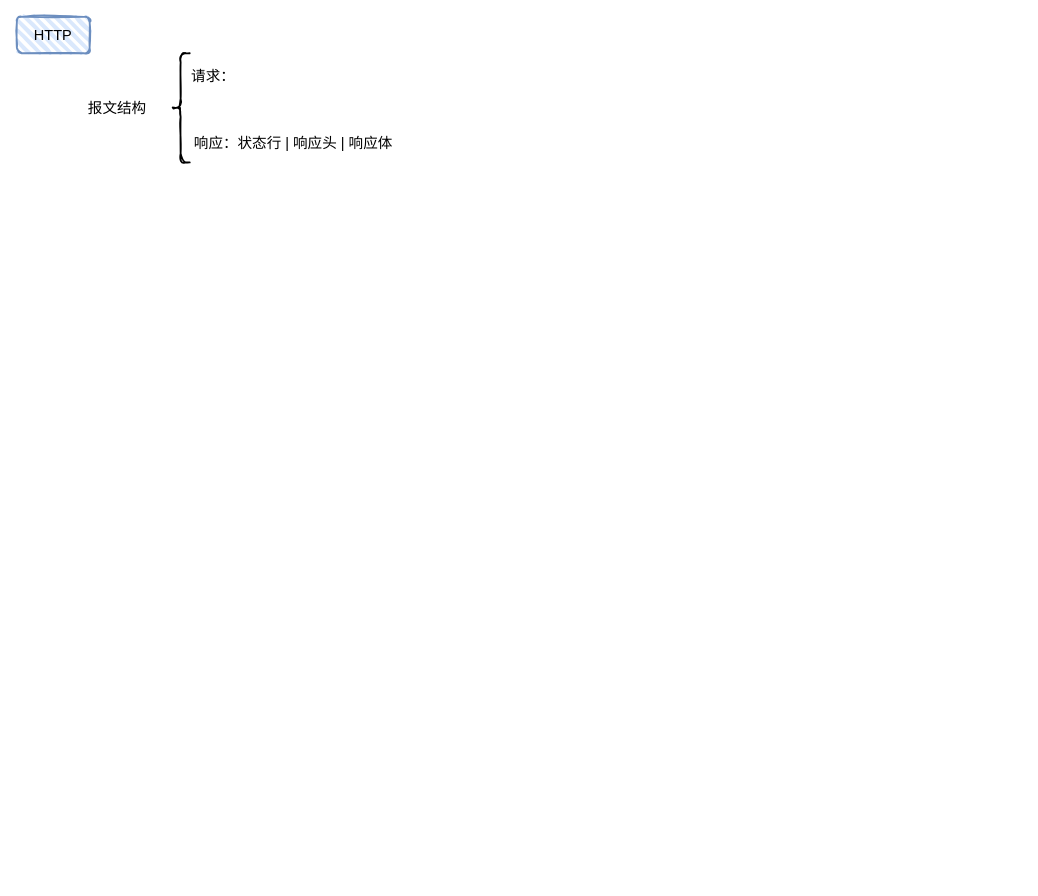
This is 面试/计算机网络.drawio from lunfee/diagrams.io, a draw.io file, before an edit. Source tidied: cells renumbered, new cells numbered last; positions are measured from the earlier drawing's top-left corner, leaving out a move shared by most shapes. Both pictures are drawn from the tidied source at 91%, with x=0, y=0 at pixel (16, 16).
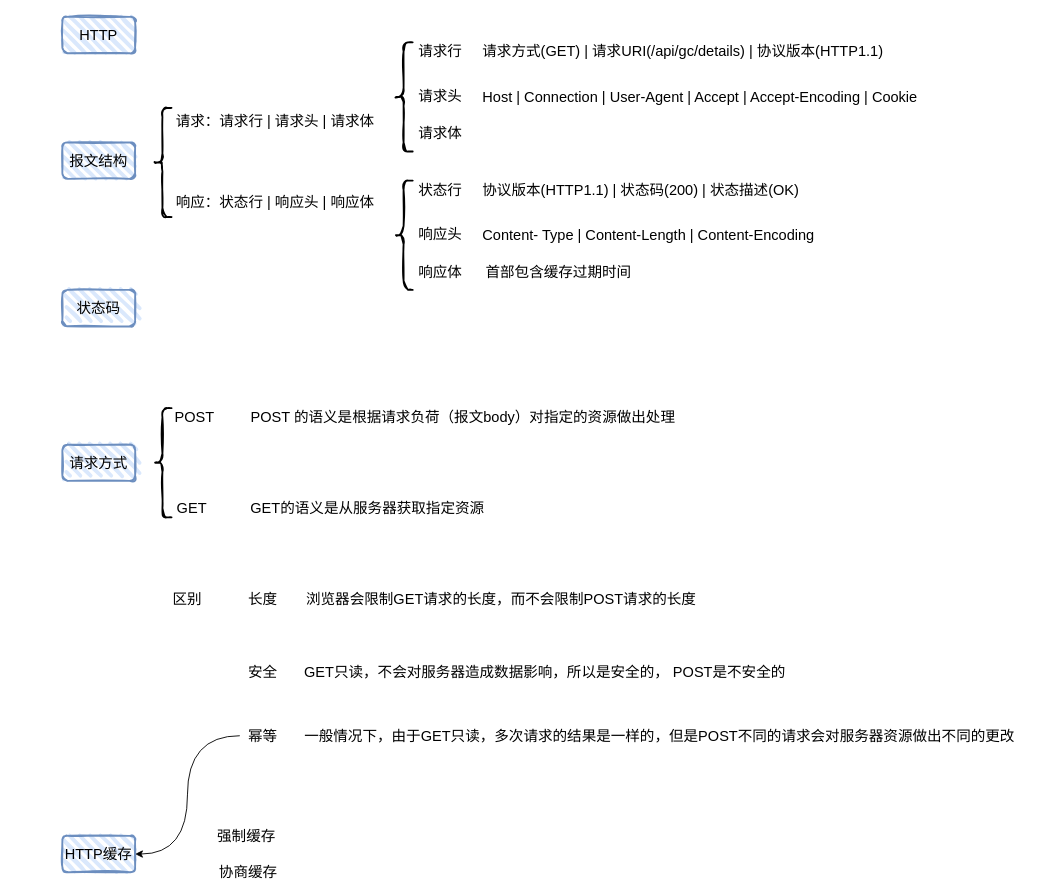
The same diagram, later.

Commit message (it also covers changes not shown here):
更新计算机网络.drawio

Diff of the diagram source:
```diff
@@
     <mxCell id="2" value="HTTP" style="rounded=1;whiteSpace=wrap;html=1;strokeWidth=2;fillWeight=4;hachureGap=8;hachureAngle=45;fillColor=#dae8fc;sketch=1;strokeColor=#6c8ebf;absoluteArcSize=0;shadow=0;glass=0;imageAspect=1;fillStyle=hachure;labelBorderColor=none;labelBackgroundColor=none;fontSize=16;" parent="1" vertex="1">
-      <mxGeometry width="80" height="40" as="geometry" />
+      <mxGeometry x="50" width="80" height="40" as="geometry" />
     </mxCell>
     <mxCell id="3" style="shape=curlyBracket;whiteSpace=wrap;html=1;rounded=1;shadow=0;glass=0;labelBackgroundColor=none;labelBorderColor=none;sketch=1;fillWeight=4;hachureGap=8;hachureAngle=45;fillStyle=hachure;fontFamily=Helvetica;fontSize=16;fontColor=default;strokeColor=#000000;strokeWidth=2;fillColor=#000000;gradientColor=none;" parent="1" vertex="1">
-      <mxGeometry x="170" y="40" width="20" height="120" as="geometry" />
+      <mxGeometry x="150" y="100" width="20" height="120" as="geometry" />
     </mxCell>
-    <mxCell id="4" value="报文结构&lt;br&gt;" style="text;html=1;align=center;verticalAlign=middle;strokeColor=none;fillColor=none;fontSize=16;fontFamily=Helvetica;fontColor=default;" parent="1" vertex="1">
-      <mxGeometry x="70" y="90" width="80" height="20" as="geometry" />
-    </mxCell>
-    <mxCell id="5" value="请求：" style="rounded=0;whiteSpace=wrap;html=1;shadow=0;glass=0;labelBackgroundColor=none;labelBorderColor=none;sketch=1;fillWeight=4;hachureGap=8;hachureAngle=45;fillStyle=solid;fontFamily=Helvetica;fontSize=16;fontColor=default;strokeColor=none;strokeWidth=2;fillColor=none;gradientColor=none;align=left;" parent="1" vertex="1">
-      <mxGeometry x="190" y="50" width="120" height="30" as="geometry" />
+    <mxCell id="5" value="请求：请求行 | 请求头 | 请求体" style="rounded=0;whiteSpace=wrap;html=1;shadow=0;glass=0;labelBackgroundColor=none;labelBorderColor=none;sketch=1;fillWeight=4;hachureGap=8;hachureAngle=45;fillStyle=solid;fontFamily=Helvetica;fontSize=16;fontColor=default;strokeColor=none;strokeWidth=2;fillColor=none;gradientColor=none;align=left;" parent="1" vertex="1">
+      <mxGeometry x="173" y="99" width="230" height="30" as="geometry" />
     </mxCell>
     <mxCell id="6" value="响应：状态行 | 响应头 | 响应体" style="rounded=0;whiteSpace=wrap;html=1;shadow=0;glass=0;labelBackgroundColor=none;labelBorderColor=none;sketch=1;fillWeight=4;hachureGap=8;hachureAngle=45;fillStyle=solid;fontFamily=Helvetica;fontSize=16;fontColor=default;strokeColor=none;strokeWidth=2;fillColor=none;gradientColor=none;align=left;" parent="1" vertex="1">
-      <mxGeometry x="193" y="124" width="377" height="30" as="geometry" />
+      <mxGeometry x="173" y="188" width="227" height="30" as="geometry" />
     </mxCell>
+    <mxCell id="7" style="shape=curlyBracket;whiteSpace=wrap;html=1;rounded=1;shadow=0;glass=0;labelBackgroundColor=none;labelBorderColor=none;sketch=1;fillWeight=4;hachureGap=8;hachureAngle=45;fillStyle=hachure;fontFamily=Helvetica;fontSize=16;fontColor=default;strokeColor=#000000;strokeWidth=2;fillColor=#000000;gradientColor=none;" parent="1" vertex="1">
+      <mxGeometry x="415" y="28" width="20" height="120" as="geometry" />
+    </mxCell>
+    <mxCell id="8" value="请求行" style="text;html=1;align=center;verticalAlign=middle;strokeColor=none;fillColor=none;fontSize=16;fontFamily=Helvetica;fontColor=none;" parent="1" vertex="1">
+      <mxGeometry x="435" y="28" width="60" height="20" as="geometry" />
+    </mxCell>
+    <mxCell id="9" value="请求头" style="text;html=1;align=center;verticalAlign=middle;strokeColor=none;fillColor=none;fontSize=16;fontFamily=Helvetica;fontColor=none;" parent="1" vertex="1">
+      <mxGeometry x="435" y="77" width="60" height="20" as="geometry" />
+    </mxCell>
+    <mxCell id="10" value="请求体" style="text;html=1;align=center;verticalAlign=middle;strokeColor=none;fillColor=none;fontSize=16;fontFamily=Helvetica;fontColor=none;" parent="1" vertex="1">
+      <mxGeometry x="435" y="118" width="60" height="20" as="geometry" />
+    </mxCell>
+    <mxCell id="11" value="请求方式(GET) | 请求URI(/api/gc/details) | 协议版本(HTTP1.1)" style="rounded=0;whiteSpace=wrap;html=1;shadow=0;glass=0;labelBackgroundColor=none;labelBorderColor=none;sketch=1;fillWeight=4;hachureGap=8;hachureAngle=45;fillStyle=solid;fontFamily=Helvetica;fontSize=16;fontColor=default;strokeColor=none;strokeWidth=2;fillColor=none;gradientColor=none;align=left;" parent="1" vertex="1">
+      <mxGeometry x="510" y="23" width="460" height="30" as="geometry" />
+    </mxCell>
+    <mxCell id="12" value="Host | Connection | User-Agent | Accept | Accept-Encoding | Cookie" style="rounded=0;whiteSpace=wrap;html=1;shadow=0;glass=0;labelBackgroundColor=none;labelBorderColor=none;sketch=1;fillWeight=4;hachureGap=8;hachureAngle=45;fillStyle=solid;fontFamily=Helvetica;fontSize=16;fontColor=default;strokeColor=none;strokeWidth=2;fillColor=none;gradientColor=none;align=left;" parent="1" vertex="1">
+      <mxGeometry x="510" y="73" width="500" height="30" as="geometry" />
+    </mxCell>
+    <mxCell id="13" style="shape=curlyBracket;whiteSpace=wrap;html=1;rounded=1;shadow=0;glass=0;labelBackgroundColor=none;labelBorderColor=none;sketch=1;fillWeight=4;hachureGap=8;hachureAngle=45;fillStyle=hachure;fontFamily=Helvetica;fontSize=16;fontColor=default;strokeColor=#000000;strokeWidth=2;fillColor=#000000;gradientColor=none;" parent="1" vertex="1">
+      <mxGeometry x="415" y="180" width="20" height="120" as="geometry" />
+    </mxCell>
+    <mxCell id="14" value="状态行" style="text;html=1;align=center;verticalAlign=middle;strokeColor=none;fillColor=none;fontSize=16;fontFamily=Helvetica;fontColor=none;" parent="1" vertex="1">
+      <mxGeometry x="435" y="180" width="60" height="20" as="geometry" />
+    </mxCell>
+    <mxCell id="15" value="响应头" style="text;html=1;align=center;verticalAlign=middle;strokeColor=none;fillColor=none;fontSize=16;fontFamily=Helvetica;fontColor=none;" parent="1" vertex="1">
+      <mxGeometry x="435" y="229" width="60" height="20" as="geometry" />
+    </mxCell>
+    <mxCell id="16" value="响应体" style="text;html=1;align=center;verticalAlign=middle;strokeColor=none;fillColor=none;fontSize=16;fontFamily=Helvetica;fontColor=none;" parent="1" vertex="1">
+      <mxGeometry x="435" y="270" width="60" height="20" as="geometry" />
+    </mxCell>
+    <mxCell id="17" value="协议版本(HTTP1.1)&amp;nbsp;| 状态码(200) | 状态描述(OK)" style="rounded=0;whiteSpace=wrap;html=1;shadow=0;glass=0;labelBackgroundColor=none;labelBorderColor=none;sketch=1;fillWeight=4;hachureGap=8;hachureAngle=45;fillStyle=solid;fontFamily=Helvetica;fontSize=16;fontColor=default;strokeColor=none;strokeWidth=2;fillColor=none;gradientColor=none;align=left;" parent="1" vertex="1">
+      <mxGeometry x="510" y="175" width="460" height="30" as="geometry" />
+    </mxCell>
+    <mxCell id="18" value="Content- Type | Content-Length | Content-Encoding" style="rounded=0;whiteSpace=wrap;html=1;shadow=0;glass=0;labelBackgroundColor=none;labelBorderColor=none;sketch=1;fillWeight=4;hachureGap=8;hachureAngle=45;fillStyle=solid;fontFamily=Helvetica;fontSize=16;fontColor=default;strokeColor=none;strokeWidth=2;fillColor=none;gradientColor=none;align=left;" parent="1" vertex="1">
+      <mxGeometry x="510" y="225" width="500" height="30" as="geometry" />
+    </mxCell>
+    <mxCell id="19" value="首部包含缓存过期时间" style="text;html=1;align=center;verticalAlign=middle;strokeColor=none;fillColor=none;fontSize=16;fontFamily=Helvetica;fontColor=#000000;" parent="1" vertex="1">
+      <mxGeometry x="505" y="270" width="180" height="20" as="geometry" />
+    </mxCell>
+    <mxCell id="4" value="&lt;span&gt;报文结构&lt;/span&gt;" style="rounded=1;whiteSpace=wrap;html=1;strokeWidth=2;fillWeight=4;hachureGap=8;hachureAngle=45;fillColor=#dae8fc;sketch=1;strokeColor=#6c8ebf;absoluteArcSize=0;shadow=0;glass=0;imageAspect=1;fillStyle=hachure;labelBorderColor=none;labelBackgroundColor=none;fontSize=16;" parent="1" vertex="1">
+      <mxGeometry x="50" y="138" width="80" height="40" as="geometry" />
+    </mxCell>
+    <mxCell id="20" value="&lt;span&gt;状态码&lt;/span&gt;" style="rounded=1;whiteSpace=wrap;html=1;strokeWidth=2;fillWeight=4;hachureGap=8;hachureAngle=45;fillColor=#dae8fc;sketch=1;strokeColor=#6c8ebf;absoluteArcSize=0;shadow=0;glass=0;imageAspect=1;fillStyle=hachure;labelBorderColor=none;labelBackgroundColor=none;fontSize=16;" parent="1" vertex="1">
+      <mxGeometry x="50" y="300" width="80" height="40" as="geometry" />
+    </mxCell>
+    <mxCell id="21" value="&lt;span&gt;请求方式&lt;/span&gt;" style="rounded=1;whiteSpace=wrap;html=1;strokeWidth=2;fillWeight=4;hachureGap=8;hachureAngle=45;fillColor=#dae8fc;sketch=1;strokeColor=#6c8ebf;absoluteArcSize=0;shadow=0;glass=0;imageAspect=1;fillStyle=hachure;labelBorderColor=none;labelBackgroundColor=none;fontSize=16;" parent="1" vertex="1">
+      <mxGeometry x="50" y="470" width="80" height="40" as="geometry" />
+    </mxCell>
+    <mxCell id="22" style="shape=curlyBracket;whiteSpace=wrap;html=1;rounded=1;shadow=0;glass=0;labelBackgroundColor=none;labelBorderColor=none;sketch=1;fillWeight=4;hachureGap=8;hachureAngle=45;fillStyle=hachure;fontFamily=Helvetica;fontSize=16;fontColor=default;strokeColor=#000000;strokeWidth=2;fillColor=#000000;gradientColor=none;" parent="1" vertex="1">
+      <mxGeometry x="150" y="430" width="20" height="120" as="geometry" />
+    </mxCell>
+    <mxCell id="23" value="POST" style="text;html=1;align=center;verticalAlign=middle;strokeColor=none;fillColor=none;fontSize=16;fontFamily=Helvetica;fontColor=#000000;" parent="1" vertex="1">
+      <mxGeometry x="165" y="430" width="60" height="20" as="geometry" />
+    </mxCell>
+    <mxCell id="24" value="GET" style="text;html=1;align=center;verticalAlign=middle;strokeColor=none;fillColor=none;fontSize=16;fontFamily=Helvetica;fontColor=#000000;" parent="1" vertex="1">
+      <mxGeometry x="167" y="530" width="50" height="20" as="geometry" />
+    </mxCell>
+    <mxCell id="25" value="POST 的语义是根据请求负荷（报文body）对指定的资源做出处理" style="text;html=1;align=center;verticalAlign=middle;strokeColor=none;fillColor=none;fontSize=16;fontFamily=Helvetica;fontColor=#000000;" parent="1" vertex="1">
+      <mxGeometry x="250" y="430" width="480" height="20" as="geometry" />
+    </mxCell>
+    <mxCell id="26" value="GET的语义是从服务器获取指定资源" style="text;html=1;align=center;verticalAlign=middle;strokeColor=none;fillColor=none;fontSize=16;fontFamily=Helvetica;fontColor=#000000;" parent="1" vertex="1">
+      <mxGeometry x="250" y="530" width="270" height="20" as="geometry" />
+    </mxCell>
+    <mxCell id="27" value="区别" style="text;html=1;align=center;verticalAlign=middle;strokeColor=none;fillColor=none;fontSize=16;fontFamily=Helvetica;fontColor=#000000;" parent="1" vertex="1">
+      <mxGeometry x="162" y="630" width="50" height="20" as="geometry" />
+    </mxCell>
+    <mxCell id="28" value="浏览器会限制GET请求的长度，而不会限制POST请求的长度" style="text;html=1;align=center;verticalAlign=middle;strokeColor=none;fillColor=none;fontSize=16;fontFamily=Helvetica;fontColor=#000000;" parent="1" vertex="1">
+      <mxGeometry x="312" y="630" width="440" height="20" as="geometry" />
+    </mxCell>
+    <mxCell id="29" value="长度" style="text;html=1;align=center;verticalAlign=middle;strokeColor=none;fillColor=none;fontSize=16;fontFamily=Helvetica;fontColor=#000000;" parent="1" vertex="1">
+      <mxGeometry x="245" y="630" width="50" height="20" as="geometry" />
+    </mxCell>
+    <mxCell id="30" value="安全" style="text;html=1;align=center;verticalAlign=middle;strokeColor=none;fillColor=none;fontSize=16;fontFamily=Helvetica;fontColor=#000000;" parent="1" vertex="1">
+      <mxGeometry x="245" y="710" width="50" height="20" as="geometry" />
+    </mxCell>
+    <mxCell id="31" value="GET只读，不会对服务器造成数据影响，所以是安全的， POST是不安全的" style="text;html=1;align=center;verticalAlign=middle;strokeColor=none;fillColor=none;fontSize=16;fontFamily=Helvetica;fontColor=#000000;" parent="1" vertex="1">
+      <mxGeometry x="310" y="710" width="540" height="20" as="geometry" />
+    </mxCell>
+    <mxCell id="32" style="edgeStyle=orthogonalEdgeStyle;curved=1;rounded=0;jettySize=auto;html=1;entryX=1;entryY=0.5;entryDx=0;entryDy=0;fontFamily=Helvetica;fontSize=16;fontColor=#000000;" parent="1" edge="1" source="33" target="35">
+      <mxGeometry relative="1" as="geometry" />
+    </mxCell>
+    <mxCell id="33" value="幂等" style="text;html=1;align=center;verticalAlign=middle;points=[];strokeColor=none;fillColor=none;fontSize=16;fontFamily=Helvetica;fontColor=#000000;" parent="1" vertex="1">
+      <mxGeometry x="245" y="780" width="50" height="20" as="geometry" />
+    </mxCell>
+    <mxCell id="34" value="一般情况下，由于GET只读，多次请求的结果是一样的，但是POST不同的请求会对服务器资源做出不同的更改" style="text;html=1;align=center;verticalAlign=middle;strokeColor=none;fillColor=none;fontSize=16;fontFamily=Helvetica;fontColor=#000000;" parent="1" vertex="1">
+      <mxGeometry x="306" y="780" width="800" height="20" as="geometry" />
+    </mxCell>
+    <mxCell id="35" value="&lt;span&gt;HTTP缓存&lt;/span&gt;" style="rounded=1;whiteSpace=wrap;html=1;strokeWidth=2;fillWeight=4;hachureGap=8;hachureAngle=45;fillColor=#dae8fc;sketch=1;strokeColor=#6c8ebf;absoluteArcSize=0;shadow=0;glass=0;imageAspect=1;fillStyle=hachure;labelBorderColor=none;labelBackgroundColor=none;fontSize=16;" parent="1" vertex="1">
+      <mxGeometry x="50" y="900" width="80" height="40" as="geometry" />
+    </mxCell>
+    <mxCell id="36" value="强制缓存" style="text;html=1;align=center;verticalAlign=middle;strokeColor=none;fillColor=none;fontSize=16;fontFamily=Helvetica;fontColor=#000000;" parent="1" vertex="1">
+      <mxGeometry x="212" y="890" width="80" height="20" as="geometry" />
+    </mxCell>
+    <mxCell id="37" value="协商缓存" style="text;html=1;align=center;verticalAlign=middle;strokeColor=none;fillColor=none;fontSize=16;fontFamily=Helvetica;fontColor=#000000;" parent="1" vertex="1">
+      <mxGeometry x="214" y="930" width="80" height="20" as="geometry" />
+    </mxCell>
```
